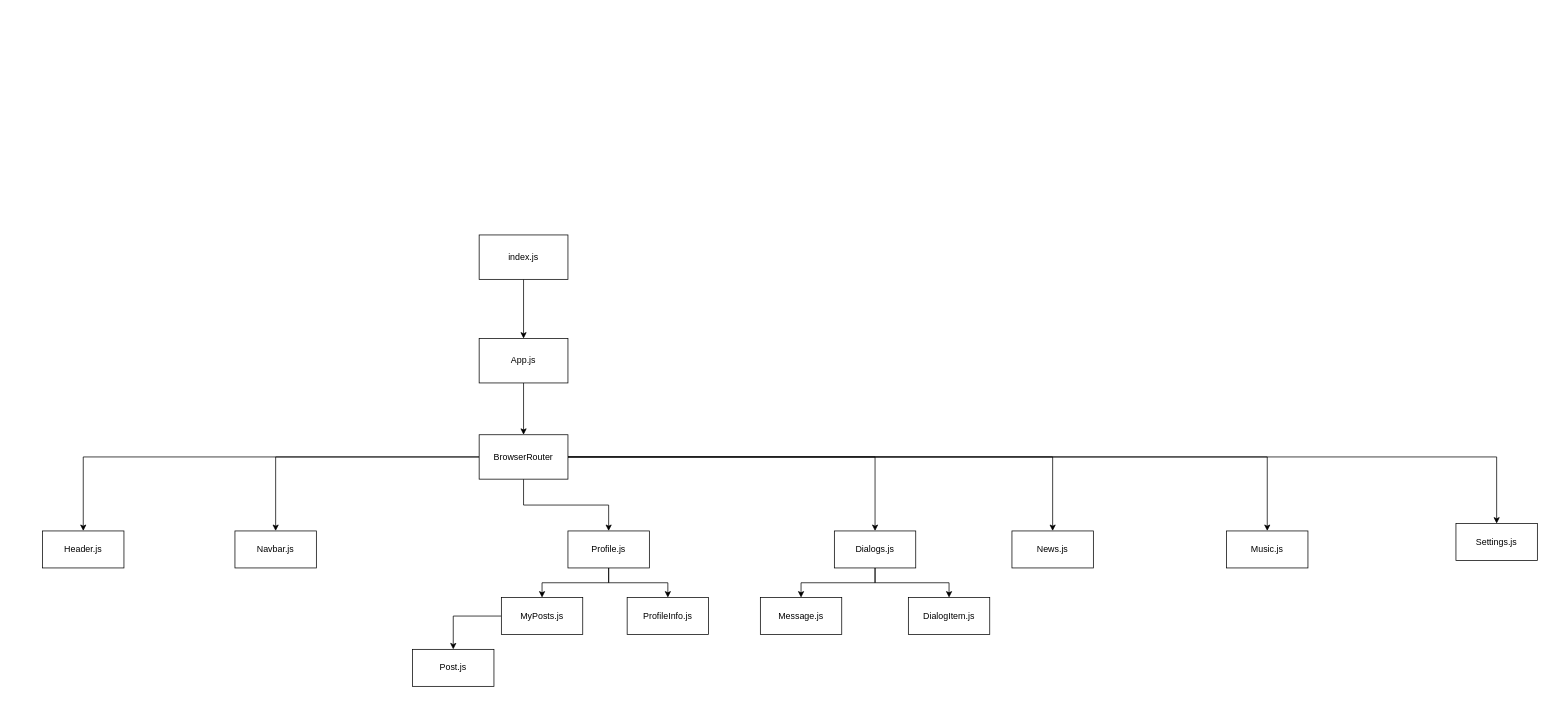
This is Social-Network.drawio from Lonerr7/Youtube-React-Social-Network, a draw.io file, before an edit. Source tidied: cells renumbered, new cells numbered last; positions are measured from the earlier drawing's top-left corner, leaving out a move shared by most shapes. Both pictures are drawn from the tidied source at 74%, with x=0, y=0 at pixel (42, 235).
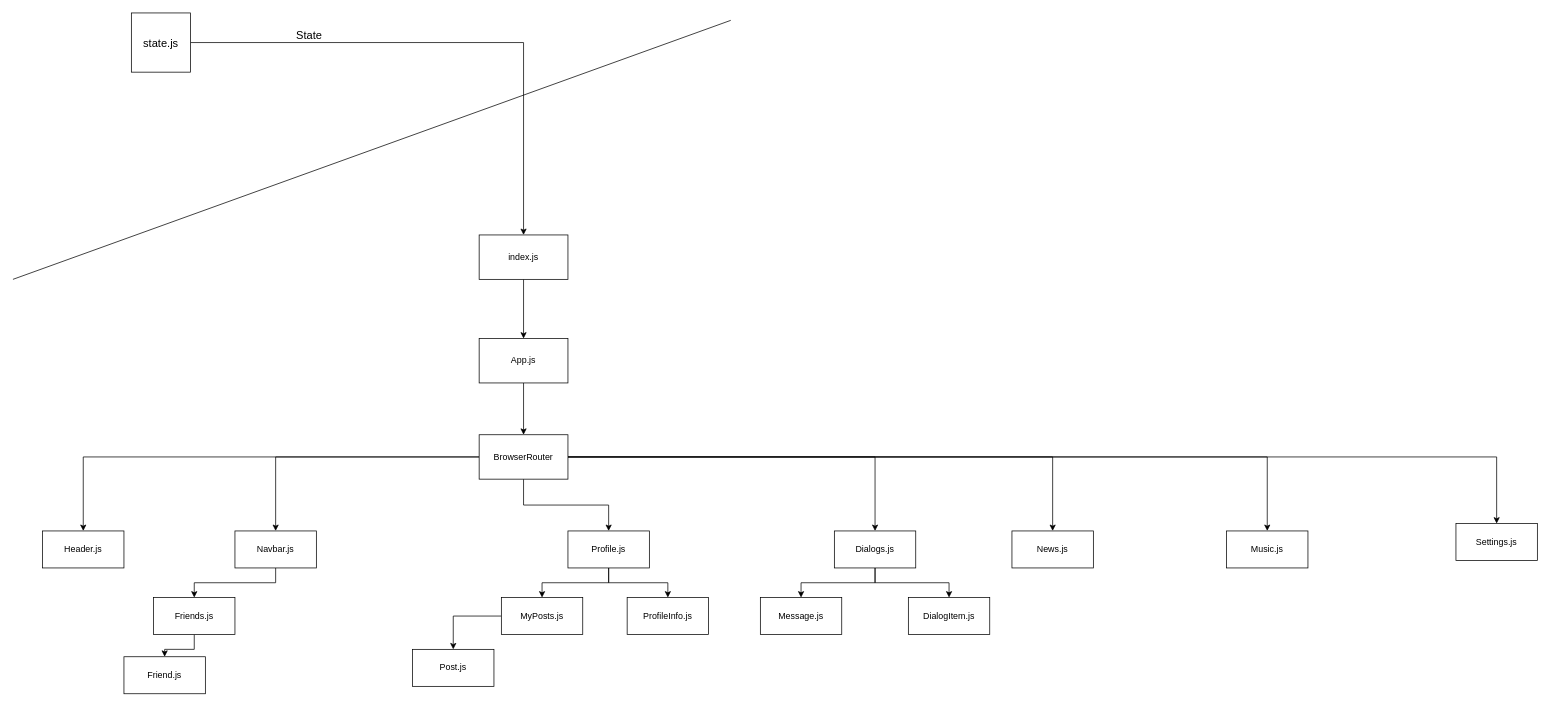
The same page after the edit.

Commit message:
Lesson 29 Homework. Redrew Social-Network scheme

Unchanged cells that the change refers to:
```xml
<mxCell id="11" value="Navbar.js" style="rounded=0;whiteSpace=wrap;html=1;" parent="1" vertex="1">
  <mxGeometry x="260" y="400" width="110" height="50" as="geometry" />
</mxCell>
<mxCell id="30" value="index.js" style="rounded=0;whiteSpace=wrap;html=1;" parent="1" vertex="1">
  <mxGeometry x="590" width="120" height="60" as="geometry" />
</mxCell>
```

Diff of the diagram source:
```diff
@@
+    <mxCell id="31" style="edgeStyle=orthogonalEdgeStyle;rounded=0;jettySize=auto;html=1;entryX=0.5;entryY=0;entryDx=0;entryDy=0;fontSize=15;" parent="1" edge="1" source="11" target="37">
+      <mxGeometry relative="1" as="geometry" />
+    </mxCell>
@@
+    <mxCell id="32" value="State" style="text;html=1;align=center;verticalAlign=middle;strokeColor=none;fillColor=none;fontSize=15;" parent="1" vertex="1">
+      <mxGeometry x="335" y="-280" width="50" height="20" as="geometry" />
+    </mxCell>
+    <mxCell id="33" style="endArrow=none;html=1;rounded=0;fontSize=15;" parent="1" edge="1">
+      <mxGeometry relative="1" as="geometry">
+        <mxPoint x="-40" y="60" as="sourcePoint" />
+        <mxPoint x="930" y="-290" as="targetPoint" />
+      </mxGeometry>
+    </mxCell>
+    <mxCell id="34" style="edgeStyle=orthogonalEdgeStyle;rounded=0;jettySize=auto;html=1;exitX=1;exitY=0.5;exitDx=0;exitDy=0;entryX=0.5;entryY=0;entryDx=0;entryDy=0;fontSize=15;" parent="1" edge="1" source="35" target="30">
+      <mxGeometry relative="1" as="geometry" />
+    </mxCell>
+    <mxCell id="35" value="state.js" style="whiteSpace=wrap;html=1;fontSize=15;" parent="1" vertex="1">
+      <mxGeometry x="120" y="-300" width="80" height="80" as="geometry" />
+    </mxCell>
+    <mxCell id="36" style="edgeStyle=orthogonalEdgeStyle;rounded=0;jettySize=auto;html=1;exitX=0.5;exitY=1;exitDx=0;exitDy=0;entryX=0.5;entryY=0;entryDx=0;entryDy=0;fontSize=15;" parent="1" edge="1" source="37" target="38">
+      <mxGeometry relative="1" as="geometry" />
+    </mxCell>
+    <mxCell id="37" value="Friends.js" style="rounded=0;whiteSpace=wrap;html=1;" parent="1" vertex="1">
+      <mxGeometry x="150" y="490" width="110" height="50" as="geometry" />
+    </mxCell>
+    <mxCell id="38" value="Friend.js" style="rounded=0;whiteSpace=wrap;html=1;" parent="1" vertex="1">
+      <mxGeometry x="110" y="570" width="110" height="50" as="geometry" />
+    </mxCell>
```
